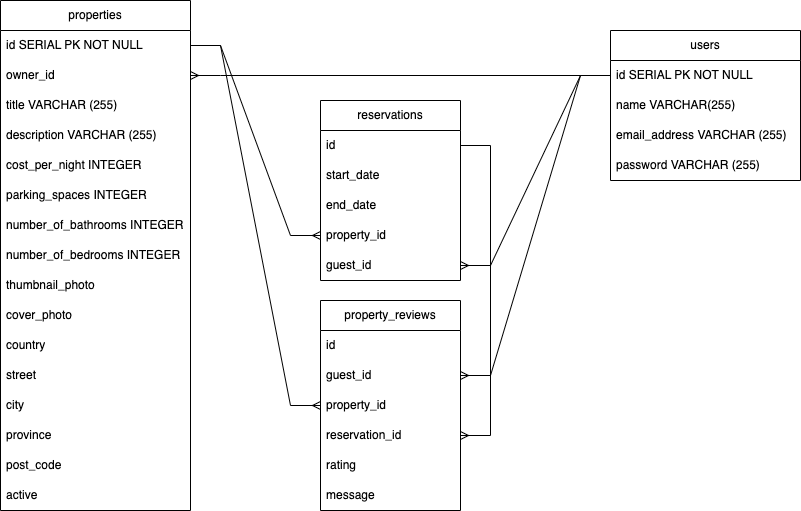
Above: images/LightBnBERD.png in lilyjwhitford/LightBnB (draw.io), before the change. Source tidied: cells renumbered, new cells last; positions are measured from the earlier drawing's top-left corner, leaving out a move shared by most shapes.
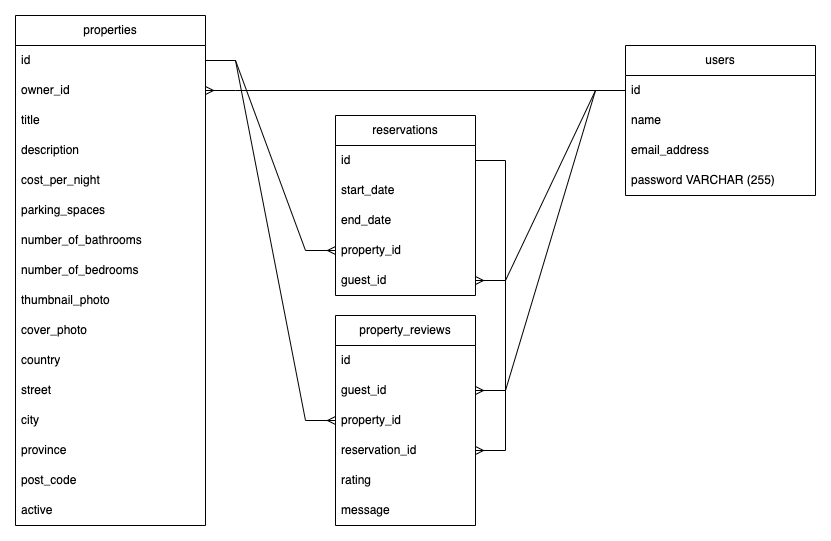
Later version of the same file.

What changed in the source:
```diff
@@ -5,13 +5,13 @@
     <mxCell id="2" value="users" style="swimlane;fontStyle=0;horizontal=1;startSize=30;whiteSpace=wrap;html=1;" parent="1" vertex="1">
       <mxGeometry x="610" y="30" width="190" height="150" as="geometry" />
     </mxCell>
-    <mxCell id="3" value="id SERIAL PK NOT NULL" style="text;strokeColor=none;fillColor=none;align=left;verticalAlign=middle;spacingLeft=4;spacingRight=4;overflow=hidden;points=[[0,0.5],[1,0.5]];portConstraint=eastwest;whiteSpace=wrap;html=1;" parent="2" vertex="1">
+    <mxCell id="3" value="id" style="text;strokeColor=none;fillColor=none;align=left;verticalAlign=middle;spacingLeft=4;spacingRight=4;overflow=hidden;points=[[0,0.5],[1,0.5]];portConstraint=eastwest;whiteSpace=wrap;html=1;" parent="2" vertex="1">
       <mxGeometry y="30" width="190" height="30" as="geometry" />
     </mxCell>
-    <mxCell id="4" value="name VARCHAR(255)" style="text;strokeColor=none;fillColor=none;align=left;verticalAlign=middle;spacingLeft=4;spacingRight=4;overflow=hidden;whiteSpace=wrap;html=1;" parent="2" vertex="1">
+    <mxCell id="4" value="name" style="text;strokeColor=none;fillColor=none;align=left;verticalAlign=middle;spacingLeft=4;spacingRight=4;overflow=hidden;whiteSpace=wrap;html=1;" parent="2" vertex="1">
       <mxGeometry y="60" width="190" height="30" as="geometry" />
     </mxCell>
-    <mxCell id="5" value="email_address VARCHAR (255)" style="text;strokeColor=none;fillColor=none;align=left;verticalAlign=middle;spacingLeft=4;spacingRight=4;overflow=hidden;whiteSpace=wrap;html=1;" parent="2" vertex="1">
+    <mxCell id="5" value="email_address" style="text;strokeColor=none;fillColor=none;align=left;verticalAlign=middle;spacingLeft=4;spacingRight=4;overflow=hidden;whiteSpace=wrap;html=1;" parent="2" vertex="1">
       <mxGeometry y="90" width="190" height="30" as="geometry" />
     </mxCell>
     <mxCell id="6" value="password VARCHAR (255)" style="text;strokeColor=none;fillColor=none;align=left;verticalAlign=middle;spacingLeft=4;spacingRight=4;overflow=hidden;whiteSpace=wrap;html=1;" parent="2" vertex="1">
@@ -20,28 +20,28 @@
     <mxCell id="7" value="properties" style="swimlane;fontStyle=0;horizontal=1;startSize=30;whiteSpace=wrap;html=1;" parent="1" vertex="1">
       <mxGeometry width="190" height="510" as="geometry" />
     </mxCell>
-    <mxCell id="8" value="id SERIAL PK NOT NULL" style="text;strokeColor=none;fillColor=none;align=left;verticalAlign=middle;spacingLeft=4;spacingRight=4;overflow=hidden;points=[[0,0.5],[1,0.5]];portConstraint=eastwest;whiteSpace=wrap;html=1;" parent="7" vertex="1">
+    <mxCell id="8" value="id&amp;nbsp;" style="text;strokeColor=none;fillColor=none;align=left;verticalAlign=middle;spacingLeft=4;spacingRight=4;overflow=hidden;points=[[0,0.5],[1,0.5]];portConstraint=eastwest;whiteSpace=wrap;html=1;" parent="7" vertex="1">
       <mxGeometry y="30" width="190" height="30" as="geometry" />
     </mxCell>
     <mxCell id="9" value="owner_id" style="text;strokeColor=none;fillColor=none;align=left;verticalAlign=middle;spacingLeft=4;spacingRight=4;overflow=hidden;points=[[0,0.5],[1,0.5]];portConstraint=eastwest;whiteSpace=wrap;html=1;" parent="7" vertex="1">
       <mxGeometry y="60" width="190" height="30" as="geometry" />
     </mxCell>
-    <mxCell id="10" value="title VARCHAR (255)" style="text;strokeColor=none;fillColor=none;align=left;verticalAlign=middle;spacingLeft=4;spacingRight=4;overflow=hidden;whiteSpace=wrap;html=1;" parent="7" vertex="1">
+    <mxCell id="10" value="title" style="text;strokeColor=none;fillColor=none;align=left;verticalAlign=middle;spacingLeft=4;spacingRight=4;overflow=hidden;whiteSpace=wrap;html=1;" parent="7" vertex="1">
       <mxGeometry y="90" width="190" height="30" as="geometry" />
     </mxCell>
-    <mxCell id="11" value="description VARCHAR (255)" style="text;strokeColor=none;fillColor=none;align=left;verticalAlign=middle;spacingLeft=4;spacingRight=4;overflow=hidden;whiteSpace=wrap;html=1;" parent="7" vertex="1">
+    <mxCell id="11" value="description" style="text;strokeColor=none;fillColor=none;align=left;verticalAlign=middle;spacingLeft=4;spacingRight=4;overflow=hidden;whiteSpace=wrap;html=1;" parent="7" vertex="1">
       <mxGeometry y="120" width="190" height="30" as="geometry" />
     </mxCell>
-    <mxCell id="12" value="cost_per_night INTEGER" style="text;strokeColor=none;fillColor=none;align=left;verticalAlign=middle;spacingLeft=4;spacingRight=4;overflow=hidden;whiteSpace=wrap;html=1;" parent="7" vertex="1">
+    <mxCell id="12" value="cost_per_night&amp;nbsp;" style="text;strokeColor=none;fillColor=none;align=left;verticalAlign=middle;spacingLeft=4;spacingRight=4;overflow=hidden;whiteSpace=wrap;html=1;" parent="7" vertex="1">
       <mxGeometry y="150" width="190" height="30" as="geometry" />
     </mxCell>
-    <mxCell id="13" value="parking_spaces INTEGER" style="text;strokeColor=none;fillColor=none;align=left;verticalAlign=middle;spacingLeft=4;spacingRight=4;overflow=hidden;whiteSpace=wrap;html=1;" parent="7" vertex="1">
+    <mxCell id="13" value="parking_spaces" style="text;strokeColor=none;fillColor=none;align=left;verticalAlign=middle;spacingLeft=4;spacingRight=4;overflow=hidden;whiteSpace=wrap;html=1;" parent="7" vertex="1">
       <mxGeometry y="180" width="190" height="30" as="geometry" />
     </mxCell>
-    <mxCell id="14" value="number_of_bathrooms INTEGER" style="text;strokeColor=none;fillColor=none;align=left;verticalAlign=middle;spacingLeft=4;spacingRight=4;overflow=hidden;whiteSpace=wrap;html=1;" parent="7" vertex="1">
+    <mxCell id="14" value="number_of_bathrooms" style="text;strokeColor=none;fillColor=none;align=left;verticalAlign=middle;spacingLeft=4;spacingRight=4;overflow=hidden;whiteSpace=wrap;html=1;" parent="7" vertex="1">
       <mxGeometry y="210" width="190" height="30" as="geometry" />
     </mxCell>
-    <mxCell id="15" value="number_of_bedrooms INTEGER" style="text;strokeColor=none;fillColor=none;align=left;verticalAlign=middle;spacingLeft=4;spacingRight=4;overflow=hidden;whiteSpace=wrap;html=1;" parent="7" vertex="1">
+    <mxCell id="15" value="number_of_bedrooms&amp;nbsp;" style="text;strokeColor=none;fillColor=none;align=left;verticalAlign=middle;spacingLeft=4;spacingRight=4;overflow=hidden;whiteSpace=wrap;html=1;" parent="7" vertex="1">
       <mxGeometry y="240" width="190" height="30" as="geometry" />
     </mxCell>
     <mxCell id="16" value="thumbnail_photo" style="text;strokeColor=none;fillColor=none;align=left;verticalAlign=middle;spacingLeft=4;spacingRight=4;overflow=hidden;whiteSpace=wrap;html=1;" parent="7" vertex="1">
```
